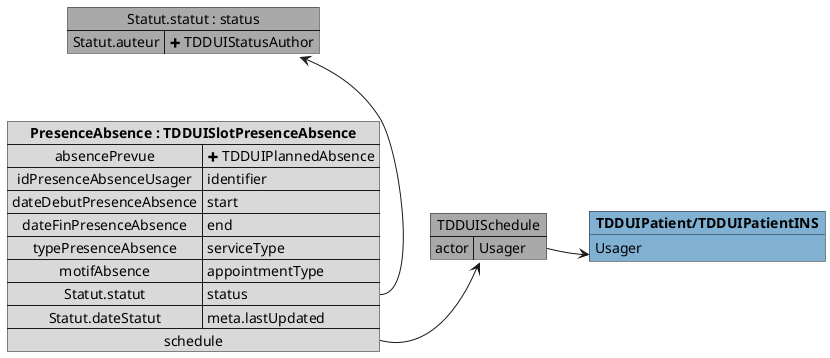
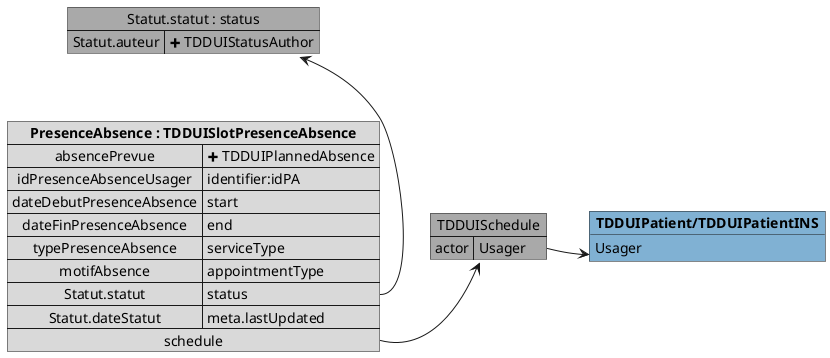
@startuml

map "Statut.statut : status" as Statut #DarkGray {
    Statut.auteur => <&plus> TDDUIStatusAuthor
}

map "TDDUISchedule" as Schedule #DarkGray {
    actor => Usager
}

object "**TDDUIPatient/TDDUIPatientINS**" as TDDUIPatient_subject #80b1d3 {
    Usager
}

map "**PresenceAbsence : TDDUISlotPresenceAbsence**" as PresenceAbsence #d9d9d9 {
    absencePrevue => <&plus> TDDUIPlannedAbsence
-     idPresenceAbsenceUsager => identifier
+     idPresenceAbsenceUsager => identifier:idPA
    dateDebutPresenceAbsence => start
    dateFinPresenceAbsence => end
    typePresenceAbsence => serviceType
    motifAbsence => appointmentType
    Statut.statut => status
    Statut.dateStatut => meta.lastUpdated
    schedule *-> Schedule
}

PresenceAbsence::Statut.statut -u-> Statut
Schedule::actor -> TDDUIPatient_subject

@enduml